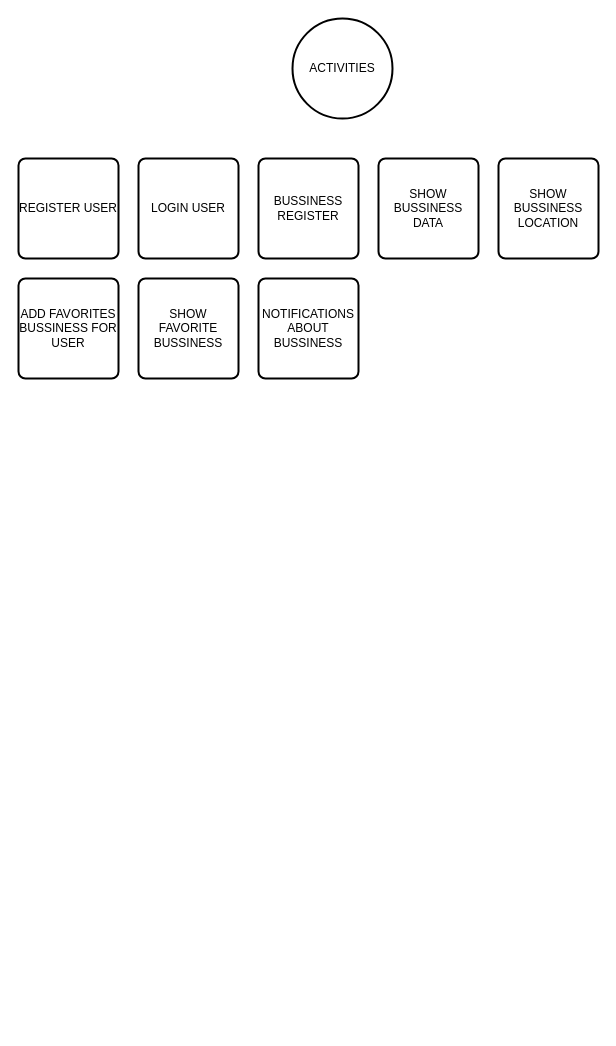
The draw.io diagram DiagramBizhub.drawio in Davdick/DesarrolloWebIntegral, before the edit. Source tidied: cells renumbered, new cells numbered last; positions are measured from the earlier drawing's top-left corner, leaving out a move shared by most shapes. Both pictures are drawn from the tidied source at 100%, with x=0, y=0 at pixel (18, 18).
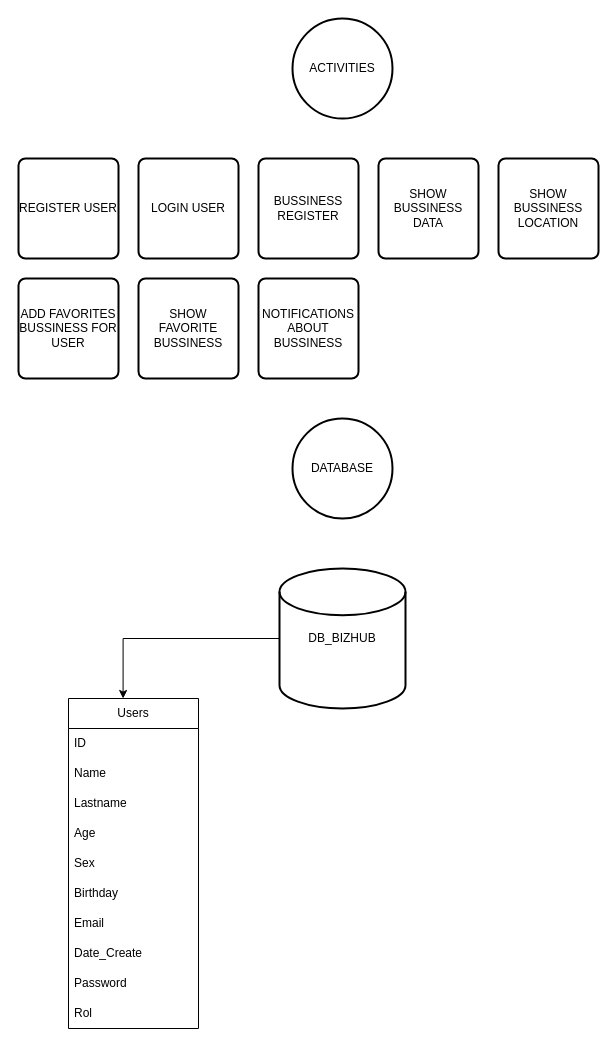
After the change.

Diff of the diagram source:
```diff
@@
+    <mxCell id="11" value="DATABASE" style="strokeWidth=2;html=1;shape=mxgraph.flowchart.start_2;whiteSpace=wrap;" parent="1" vertex="1">
+      <mxGeometry x="274" y="400" width="100" height="100" as="geometry" />
+    </mxCell>
+    <mxCell id="12" value="DB_BIZHUB" style="strokeWidth=2;html=1;shape=mxgraph.flowchart.database;whiteSpace=wrap;" parent="1" vertex="1">
+      <mxGeometry x="261" y="550" width="126" height="140" as="geometry" />
+    </mxCell>
+    <mxCell id="13" value="Users" style="swimlane;fontStyle=0;horizontal=1;startSize=30;whiteSpace=wrap;html=1;" parent="1" vertex="1">
+      <mxGeometry x="50" y="680" width="130" height="330" as="geometry" />
+    </mxCell>
+    <mxCell id="14" value="ID" style="text;strokeColor=none;fillColor=none;align=left;verticalAlign=middle;spacingLeft=4;spacingRight=4;overflow=hidden;whiteSpace=wrap;html=1;" parent="13" vertex="1">
+      <mxGeometry y="30" width="130" height="30" as="geometry" />
+    </mxCell>
+    <mxCell id="15" value="Name" style="text;strokeColor=none;fillColor=none;align=left;verticalAlign=middle;spacingLeft=4;spacingRight=4;overflow=hidden;whiteSpace=wrap;html=1;" parent="13" vertex="1">
+      <mxGeometry y="60" width="130" height="30" as="geometry" />
+    </mxCell>
+    <mxCell id="16" value="Lastname" style="text;strokeColor=none;fillColor=none;align=left;verticalAlign=middle;spacingLeft=4;spacingRight=4;overflow=hidden;whiteSpace=wrap;html=1;" parent="13" vertex="1">
+      <mxGeometry y="90" width="130" height="30" as="geometry" />
+    </mxCell>
+    <mxCell id="17" value="Age" style="text;strokeColor=none;fillColor=none;align=left;verticalAlign=middle;spacingLeft=4;spacingRight=4;overflow=hidden;whiteSpace=wrap;html=1;" parent="13" vertex="1">
+      <mxGeometry y="120" width="130" height="30" as="geometry" />
+    </mxCell>
+    <mxCell id="18" value="Sex" style="text;strokeColor=none;fillColor=none;align=left;verticalAlign=middle;spacingLeft=4;spacingRight=4;overflow=hidden;whiteSpace=wrap;html=1;" parent="13" vertex="1">
+      <mxGeometry y="150" width="130" height="30" as="geometry" />
+    </mxCell>
+    <mxCell id="19" value="Birthday" style="text;strokeColor=none;fillColor=none;align=left;verticalAlign=middle;spacingLeft=4;spacingRight=4;overflow=hidden;whiteSpace=wrap;html=1;" parent="13" vertex="1">
+      <mxGeometry y="180" width="130" height="30" as="geometry" />
+    </mxCell>
+    <mxCell id="20" value="Email" style="text;strokeColor=none;fillColor=none;align=left;verticalAlign=middle;spacingLeft=4;spacingRight=4;overflow=hidden;whiteSpace=wrap;html=1;" parent="13" vertex="1">
+      <mxGeometry y="210" width="130" height="30" as="geometry" />
+    </mxCell>
+    <mxCell id="21" value="Date_Create" style="text;strokeColor=none;fillColor=none;align=left;verticalAlign=middle;spacingLeft=4;spacingRight=4;overflow=hidden;whiteSpace=wrap;html=1;" parent="13" vertex="1">
+      <mxGeometry y="240" width="130" height="30" as="geometry" />
+    </mxCell>
+    <mxCell id="22" value="Password" style="text;strokeColor=none;fillColor=none;align=left;verticalAlign=middle;spacingLeft=4;spacingRight=4;overflow=hidden;whiteSpace=wrap;html=1;" parent="13" vertex="1">
+      <mxGeometry y="270" width="130" height="30" as="geometry" />
+    </mxCell>
+    <mxCell id="23" value="Rol" style="text;strokeColor=none;fillColor=none;align=left;verticalAlign=middle;spacingLeft=4;spacingRight=4;overflow=hidden;whiteSpace=wrap;html=1;" parent="13" vertex="1">
+      <mxGeometry y="300" width="130" height="30" as="geometry" />
+    </mxCell>
+    <mxCell id="24" style="edgeStyle=orthogonalEdgeStyle;rounded=0;jettySize=auto;html=1;exitX=0;exitY=0.5;exitDx=0;exitDy=0;exitPerimeter=0;entryX=0.42;entryY=0;entryDx=0;entryDy=0;entryPerimeter=0;" parent="1" edge="1" source="12" target="13">
+      <mxGeometry relative="1" as="geometry" />
+    </mxCell>
```
